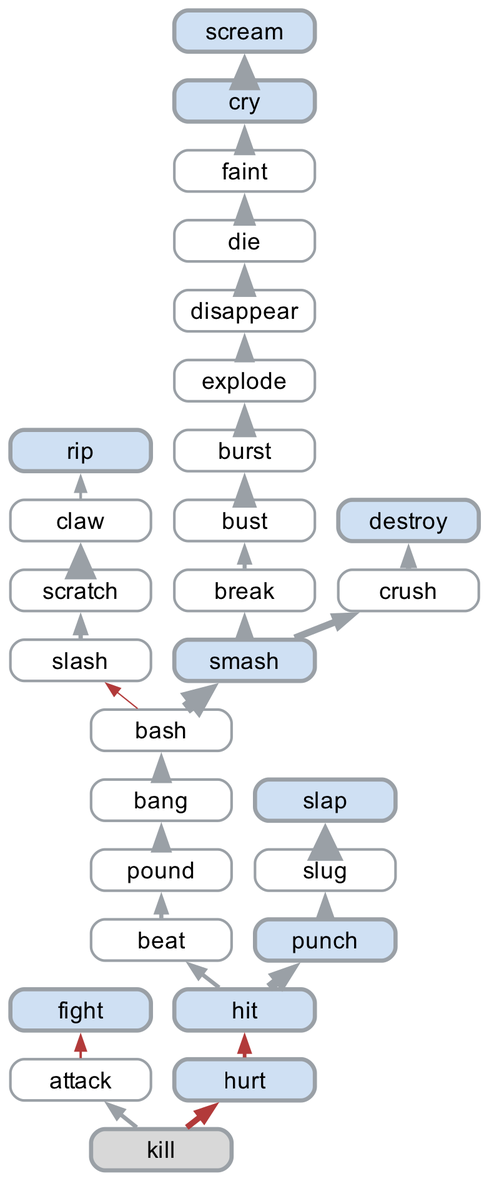
quadrismegistus/malignment keeps this Graphviz diagram as experiments/displacement/chain_of_connections/figures/bottleneck_kill_faller_llama_resid_mean_nocontrols_clean.png. Above is the earlier version. Its source is kept beside it as experiments/displacement/chain_of_connections/figures/bottleneck_kill_faller_llama_resid_mean_nocontrols_clean.dot.
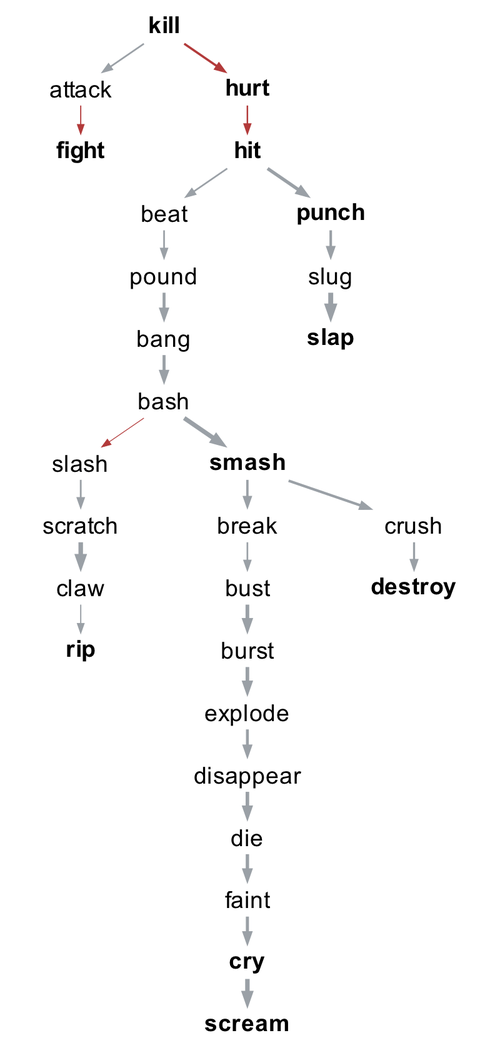
After the commit.

Change to the diagram source:
```diff
@@ -1,60 +1,60 @@
 digraph {
-  rankdir=BT; bgcolor="white"; ranksep=0.15; nodesep=0.12;
-  node [shape=box style="rounded,filled" fontname="Arial" fontsize=9 height=0.22 margin="0.05,0.02" color="#9aa0a6" fillcolor="#ffffff"];
-  edge [arrowsize=0.55 color="#9aa0a6"];
-  "attack" [label="attack" fillcolor="#ffffff" penwidth=1.0];
-  "bang" [label="bang" fillcolor="#ffffff" penwidth=1.0];
-  "bash" [label="bash" fillcolor="#ffffff" penwidth=1.0];
-  "beat" [label="beat" fillcolor="#ffffff" penwidth=1.0];
-  "break" [label="break" fillcolor="#ffffff" penwidth=1.0];
-  "burst" [label="burst" fillcolor="#ffffff" penwidth=1.0];
-  "bust" [label="bust" fillcolor="#ffffff" penwidth=1.0];
-  "claw" [label="claw" fillcolor="#ffffff" penwidth=1.0];
-  "crush" [label="crush" fillcolor="#ffffff" penwidth=1.0];
-  "cry" [label="cry" fillcolor="#cfe0f3" penwidth=1.6];
-  "destroy" [label="destroy" fillcolor="#cfe0f3" penwidth=1.6];
-  "die" [label="die" fillcolor="#ffffff" penwidth=1.0];
-  "disappear" [label="disappear" fillcolor="#ffffff" penwidth=1.0];
-  "explode" [label="explode" fillcolor="#ffffff" penwidth=1.0];
-  "faint" [label="faint" fillcolor="#ffffff" penwidth=1.0];
-  "fight" [label="fight" fillcolor="#cfe0f3" penwidth=1.6];
-  "hit" [label="hit" fillcolor="#cfe0f3" penwidth=1.6];
-  "hurt" [label="hurt" fillcolor="#cfe0f3" penwidth=1.6];
-  "kill" [label="kill" fillcolor="#d8d8d8" penwidth=1.6];
-  "pound" [label="pound" fillcolor="#ffffff" penwidth=1.0];
-  "punch" [label="punch" fillcolor="#cfe0f3" penwidth=1.6];
-  "rip" [label="rip" fillcolor="#cfe0f3" penwidth=1.6];
-  "scratch" [label="scratch" fillcolor="#ffffff" penwidth=1.0];
-  "scream" [label="scream" fillcolor="#cfe0f3" penwidth=1.6];
-  "slap" [label="slap" fillcolor="#cfe0f3" penwidth=1.6];
-  "slash" [label="slash" fillcolor="#ffffff" penwidth=1.0];
-  "slug" [label="slug" fillcolor="#ffffff" penwidth=1.0];
-  "smash" [label="smash" fillcolor="#cfe0f3" penwidth=1.6];
-  "attack" -> "fight" [penwidth=0.93 color="#b23a3a"];
-  "bang" -> "bash" [penwidth=3.20 color="#9aa0a6"];
-  "bash" -> "slash" [penwidth=0.50 color="#b23a3a"];
-  "bash" -> "smash" [penwidth=4.91 color="#9aa0a6"];
-  "beat" -> "pound" [penwidth=1.59 color="#9aa0a6"];
-  "break" -> "bust" [penwidth=1.55 color="#9aa0a6"];
-  "burst" -> "explode" [penwidth=3.91 color="#9aa0a6"];
-  "bust" -> "burst" [penwidth=4.01 color="#9aa0a6"];
-  "claw" -> "rip" [penwidth=1.04 color="#9aa0a6"];
-  "crush" -> "destroy" [penwidth=2.02 color="#9aa0a6"];
-  "cry" -> "scream" [penwidth=4.91 color="#9aa0a6"];
-  "die" -> "faint" [penwidth=3.58 color="#9aa0a6"];
-  "disappear" -> "die" [penwidth=3.82 color="#9aa0a6"];
-  "explode" -> "disappear" [penwidth=2.97 color="#9aa0a6"];
-  "faint" -> "cry" [penwidth=3.29 color="#9aa0a6"];
-  "hit" -> "beat" [penwidth=1.55 color="#9aa0a6"];
-  "hit" -> "punch" [penwidth=3.56 color="#9aa0a6"];
-  "hurt" -> "hit" [penwidth=1.41 color="#b23a3a"];
-  "kill" -> "attack" [penwidth=1.58 color="#9aa0a6"];
-  "kill" -> "hurt" [penwidth=2.25 color="#b23a3a"];
-  "pound" -> "bang" [penwidth=3.11 color="#9aa0a6"];
-  "punch" -> "slug" [penwidth=2.66 color="#9aa0a6"];
-  "scratch" -> "claw" [penwidth=5.01 color="#9aa0a6"];
-  "slash" -> "scratch" [penwidth=1.69 color="#9aa0a6"];
-  "slug" -> "slap" [penwidth=5.50 color="#9aa0a6"];
-  "smash" -> "break" [penwidth=2.41 color="#9aa0a6"];
-  "smash" -> "crush" [penwidth=2.67 color="#9aa0a6"];
+  rankdir=TB; bgcolor="white"; ranksep=0.15; nodesep=0.14;
+  node [shape=plaintext fontname="Arial" fontsize=9 height=0.18 margin="0.02,0.01"];
+  edge [arrowsize=0.35 color="#9aa0a6"];
+  "attack" [label=<attack>];
+  "bang" [label=<bang>];
+  "bash" [label=<bash>];
+  "beat" [label=<beat>];
+  "break" [label=<break>];
+  "burst" [label=<burst>];
+  "bust" [label=<bust>];
+  "claw" [label=<claw>];
+  "crush" [label=<crush>];
+  "cry" [label=<<B>cry</B>>];
+  "destroy" [label=<<B>destroy</B>>];
+  "die" [label=<die>];
+  "disappear" [label=<disappear>];
+  "explode" [label=<explode>];
+  "faint" [label=<faint>];
+  "fight" [label=<<B>fight</B>>];
+  "hit" [label=<<B>hit</B>>];
+  "hurt" [label=<<B>hurt</B>>];
+  "kill" [label=<<B>kill</B>>];
+  "pound" [label=<pound>];
+  "punch" [label=<<B>punch</B>>];
+  "rip" [label=<<B>rip</B>>];
+  "scratch" [label=<scratch>];
+  "scream" [label=<<B>scream</B>>];
+  "slap" [label=<<B>slap</B>>];
+  "slash" [label=<slash>];
+  "slug" [label=<slug>];
+  "smash" [label=<<B>smash</B>>];
+  "attack" -> "fight" [penwidth=0.44 color="#b23a3a"];
+  "bang" -> "bash" [penwidth=1.16 color="#9aa0a6"];
+  "bash" -> "slash" [penwidth=0.30 color="#b23a3a"];
+  "bash" -> "smash" [penwidth=1.71 color="#9aa0a6"];
+  "beat" -> "pound" [penwidth=0.65 color="#9aa0a6"];
+  "break" -> "bust" [penwidth=0.64 color="#9aa0a6"];
+  "burst" -> "explode" [penwidth=1.39 color="#9aa0a6"];
+  "bust" -> "burst" [penwidth=1.42 color="#9aa0a6"];
+  "claw" -> "rip" [penwidth=0.47 color="#9aa0a6"];
+  "crush" -> "destroy" [penwidth=0.79 color="#9aa0a6"];
+  "cry" -> "scream" [penwidth=1.71 color="#9aa0a6"];
+  "die" -> "faint" [penwidth=1.28 color="#9aa0a6"];
+  "disappear" -> "die" [penwidth=1.36 color="#9aa0a6"];
+  "explode" -> "disappear" [penwidth=1.09 color="#9aa0a6"];
+  "faint" -> "cry" [penwidth=1.19 color="#9aa0a6"];
+  "hit" -> "beat" [penwidth=0.64 color="#9aa0a6"];
+  "hit" -> "punch" [penwidth=1.28 color="#9aa0a6"];
+  "hurt" -> "hit" [penwidth=0.59 color="#b23a3a"];
+  "kill" -> "attack" [penwidth=0.65 color="#9aa0a6"];
+  "kill" -> "hurt" [penwidth=0.86 color="#b23a3a"];
+  "pound" -> "bang" [penwidth=1.13 color="#9aa0a6"];
+  "punch" -> "slug" [penwidth=0.99 color="#9aa0a6"];
+  "scratch" -> "claw" [penwidth=1.74 color="#9aa0a6"];
+  "slash" -> "scratch" [penwidth=0.68 color="#9aa0a6"];
+  "slug" -> "slap" [penwidth=1.90 color="#9aa0a6"];
+  "smash" -> "break" [penwidth=0.91 color="#9aa0a6"];
+  "smash" -> "crush" [penwidth=0.99 color="#9aa0a6"];
 }
```
